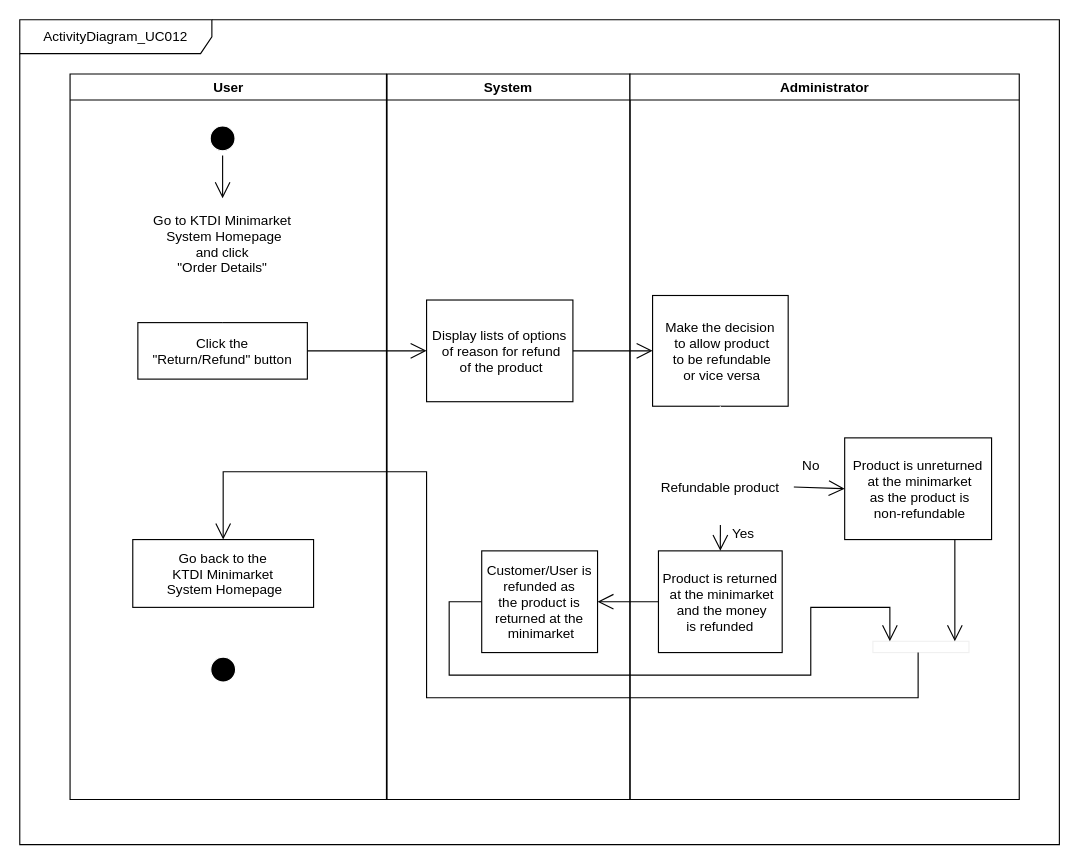
drshahizan/software-engineering keeps this draw.io diagram as proposal/submission/sec02/Allen/UC012/UC012_ActivityDiagram.drawio. Above is the earlier version. Source tidied: cells renumbered, new cells numbered last; positions are measured from the earlier drawing's top-left corner, leaving out a move shared by most shapes. Both pictures are drawn from the tidied source at 113%, with x=0, y=0 at pixel (19, 19).
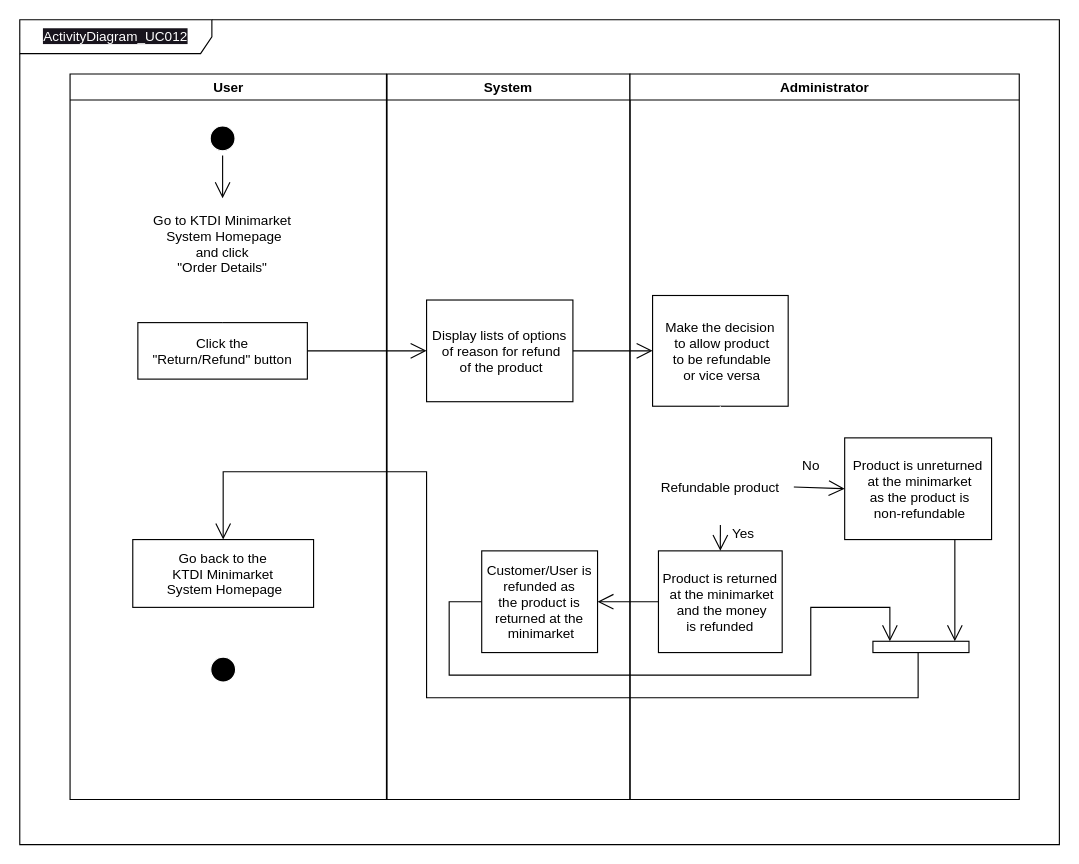
The same page after the edit.

Commit message (it also covers changes not shown here):
Update sequence diagram

The edit, as a diff of the source:
```diff
@@
-    <mxCell id="11" value="&lt;font color=&quot;#000000&quot;&gt;ActivityDiagram_UC012&lt;/font&gt;" style="shape=umlFrame;whiteSpace=wrap;html=1;width=170;height=30;fillColor=#FFFFFF;" parent="1" vertex="1">
+    <mxCell id="11" value="&lt;font color=&quot;#ffffff&quot; style=&quot;background-color: rgb(24, 20, 29);&quot;&gt;ActivityDiagram_UC012&lt;/font&gt;" style="shape=umlFrame;whiteSpace=wrap;html=1;width=170;height=30;fillColor=none;" parent="1" vertex="1">
       <mxGeometry width="920" height="730" as="geometry" />
     </mxCell>
@@
-    <mxCell id="22" style="html=1;points=[];perimeter=orthogonalPerimeter;outlineConnect=0;targetShapes=umlLifeline;portConstraint=eastwest;newEdgeStyle={&quot;edgeStyle&quot;:&quot;elbowEdgeStyle&quot;,&quot;elbow&quot;:&quot;vertical&quot;,&quot;curved&quot;:0,&quot;rounded&quot;:0};strokeColor=#F0F0F0;fillColor=#FFFFFF;direction=south;" parent="1" vertex="1">
+    <mxCell id="22" style="html=1;points=[];perimeter=orthogonalPerimeter;outlineConnect=0;targetShapes=umlLifeline;portConstraint=eastwest;newEdgeStyle={&quot;edgeStyle&quot;:&quot;elbowEdgeStyle&quot;,&quot;elbow&quot;:&quot;vertical&quot;,&quot;curved&quot;:0,&quot;rounded&quot;:0};strokeColor=#000000;fillColor=#FFFFFF;direction=south;" parent="1" vertex="1">
       <mxGeometry x="755" y="550" width="85" height="10" as="geometry" />
     </mxCell>
```
